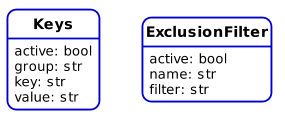
Before: docs/config.png, a diagram exported from PlantUML (shumy-tools/cad-proxy). The source it was exported from:
```plantuml
@startuml
scale 1.2

hide empty methods
hide circle

skinparam roundcorner 15
skinparam shadowing false

skinparam package {
	BackgroundColor White
	ArrowColor MediumBlue
	BorderColor MediumBlue
  FontStyle plain
}

skinparam class {
	BackgroundColor White
	ArrowColor MediumBlue
	BorderColor MediumBlue
  FontStyle bold
}


class Keys {
  active: bool
  group: str
  key: str
  value: str
}

class ExclusionFilter {
  active: bool
  name: str
  filter: str
}
@enduml
```
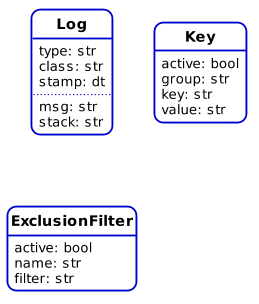
After the change.

What changed in the source:
```diff
@@ -21,8 +21,16 @@
   FontStyle bold
 }
 
+class Log {
+  type: str
+  class: str
+  stamp: dt
+  ..
+  msg: str
+  stack: str
+}
 
-class Keys {
+class Key {
   active: bool
   group: str
   key: str
```
